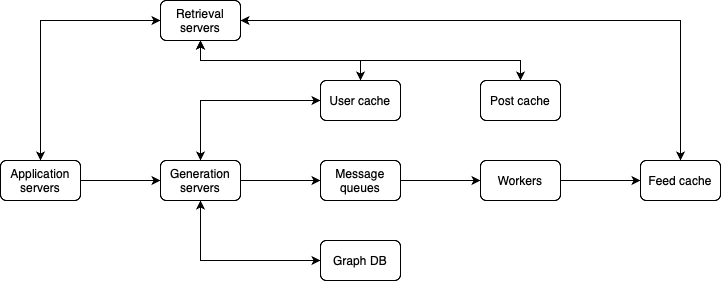
Above: software-engineering/image/system-design-0/instagram-12.png in riehseun/riehseun.github.io (draw.io), before the change. Source tidied: cells renumbered, new cells last; positions are measured from the earlier drawing's top-left corner, leaving out a move shared by most shapes.
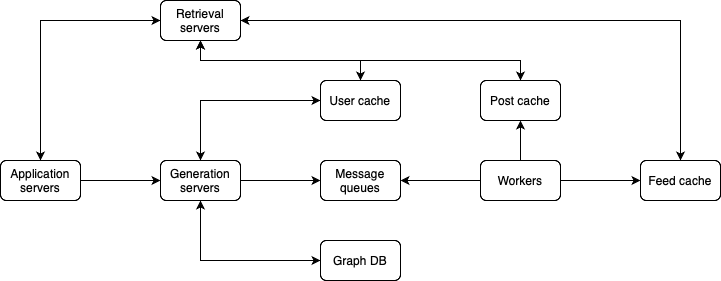
Above is the later version.

Change to the diagram source:
```diff
@@ -23,15 +23,18 @@
     <mxCell id="8" value="Generation servers" style="rounded=1;whiteSpace=wrap;html=1;" parent="1" vertex="1">
       <mxGeometry x="160" y="160" width="80" height="40" as="geometry" />
     </mxCell>
-    <mxCell id="9" style="edgeStyle=orthogonalEdgeStyle;rounded=0;jettySize=auto;html=1;exitX=1;exitY=0.5;exitDx=0;exitDy=0;entryX=0;entryY=0.5;entryDx=0;entryDy=0;" parent="1" edge="1" source="10" target="12">
-      <mxGeometry relative="1" as="geometry" />
-    </mxCell>
     <mxCell id="10" value="Message queues" style="rounded=1;whiteSpace=wrap;html=1;" parent="1" vertex="1">
       <mxGeometry x="320" y="160" width="80" height="40" as="geometry" />
     </mxCell>
     <mxCell id="11" style="edgeStyle=orthogonalEdgeStyle;rounded=0;jettySize=auto;html=1;exitX=1;exitY=0.5;exitDx=0;exitDy=0;entryX=0;entryY=0.5;entryDx=0;entryDy=0;" parent="1" edge="1" source="12" target="14">
       <mxGeometry relative="1" as="geometry" />
     </mxCell>
+    <mxCell id="27" style="edgeStyle=orthogonalEdgeStyle;rounded=0;jettySize=auto;html=1;exitX=0;exitY=0.5;exitDx=0;exitDy=0;entryX=1;entryY=0.5;entryDx=0;entryDy=0;" parent="1" edge="1" source="12" target="10">
+      <mxGeometry relative="1" as="geometry" />
+    </mxCell>
+    <mxCell id="28" style="edgeStyle=orthogonalEdgeStyle;rounded=0;jettySize=auto;html=1;exitX=0.5;exitY=0;exitDx=0;exitDy=0;entryX=0.5;entryY=1;entryDx=0;entryDy=0;" parent="1" edge="1" source="12" target="21">
+      <mxGeometry relative="1" as="geometry" />
+    </mxCell>
     <mxCell id="12" value="Workers" style="rounded=1;whiteSpace=wrap;html=1;" parent="1" vertex="1">
       <mxGeometry x="480" y="160" width="80" height="40" as="geometry" />
     </mxCell>
```
